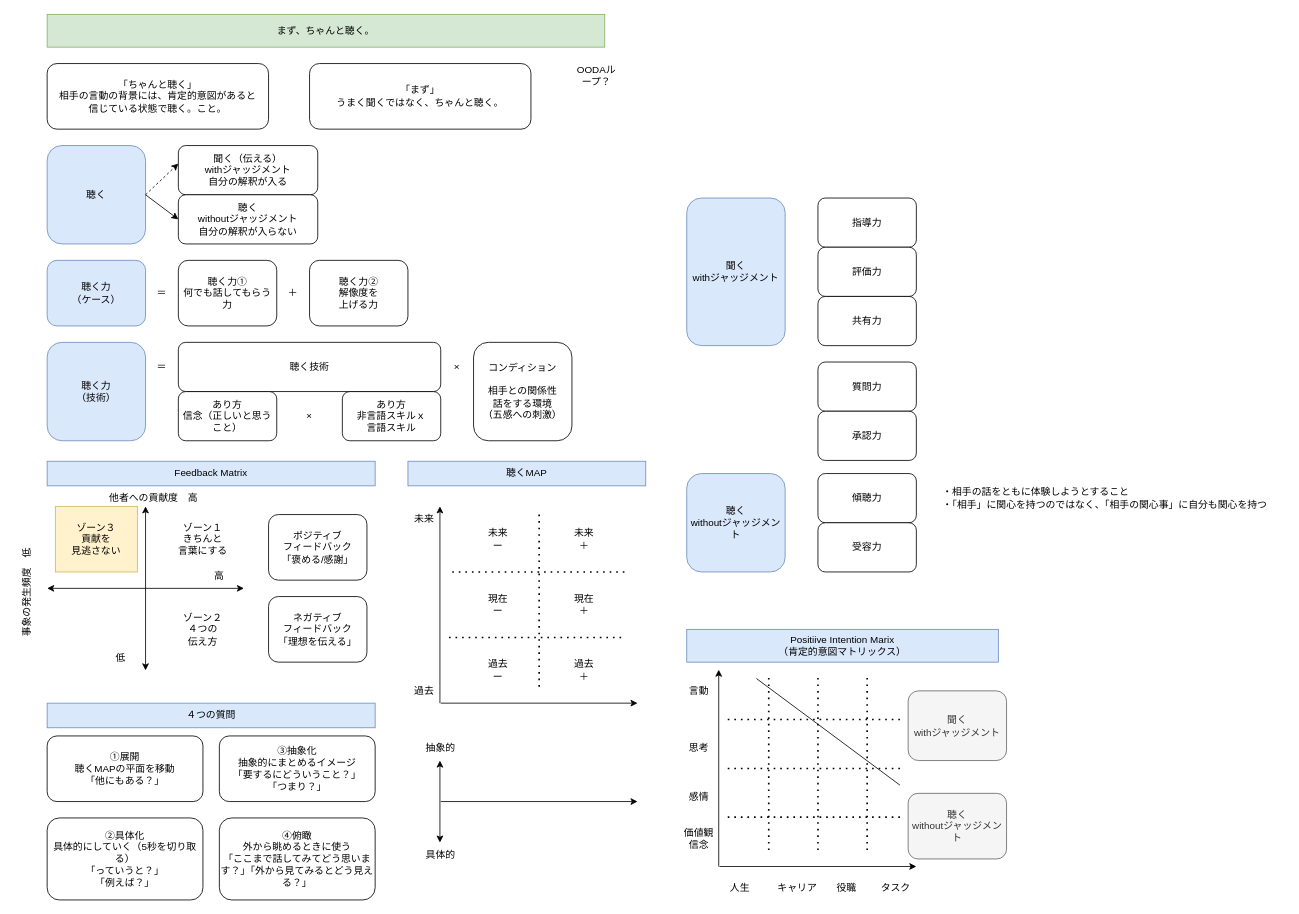
The draw.io diagram まず、ちゃんと聴く.drawio in YossyIto/booklog_drowio, before the edit. Source tidied: cells renumbered, new cells numbered last; positions are measured from the earlier drawing's top-left corner, leaving out a move shared by most shapes. Both pictures are drawn from the tidied source at 82%, with x=0, y=0 at pixel (14, 14).
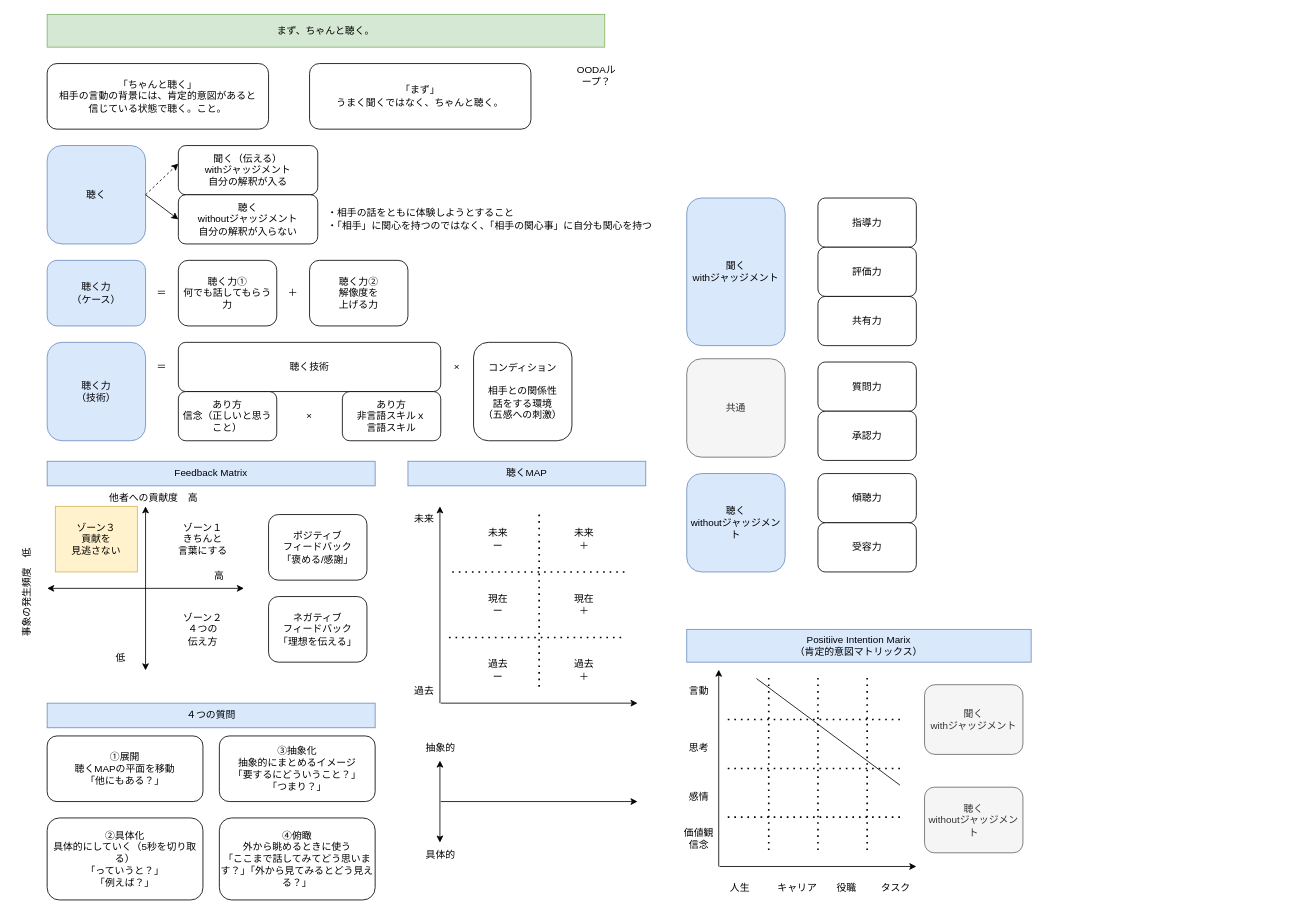
Above is the later version.

Commit message (it also covers changes not shown here):
まず、ちゃんと聴く.drawio を更新します

The edit, as a diff of the source:
```diff
@@
     <mxCell id="45" value="・相手の話をともに体験しようとすること&lt;div&gt;・「相手」に関心を持つのではなく、「相手の関心事」に自分も関心を持つ&lt;/div&gt;" style="text;html=1;align=left;verticalAlign=middle;whiteSpace=wrap;rounded=0;" parent="1" vertex="1">
-      <mxGeometry x="1130" y="560" width="420" height="60" as="geometry" />
+      <mxGeometry x="380" y="220" width="420" height="60" as="geometry" />
     </mxCell>
@@
     <mxCell id="69" value="Positiive Intention Marix&lt;div&gt;（肯定的意図マトリックス）&lt;/div&gt;" style="text;html=1;align=center;verticalAlign=middle;whiteSpace=wrap;rounded=0;fillColor=#dae8fc;strokeColor=#6c8ebf;" parent="1" vertex="1">
-      <mxGeometry x="820" y="750" width="380" height="40" as="geometry" />
+      <mxGeometry x="820" y="750" width="420" height="40" as="geometry" />
     </mxCell>
@@
     <mxCell id="87" value="聞く&lt;div&gt;withジャッジメント&lt;/div&gt;" style="rounded=1;whiteSpace=wrap;html=1;fillColor=#f5f5f5;strokeColor=#666666;fontColor=#333333;" parent="1" vertex="1">
-      <mxGeometry x="1090" y="825" width="120" height="85" as="geometry" />
+      <mxGeometry x="1110" y="817.5" width="120" height="85" as="geometry" />
     </mxCell>
     <mxCell id="88" value="聴く&lt;div&gt;withoutジャッジメント&lt;/div&gt;" style="rounded=1;whiteSpace=wrap;html=1;fillColor=#f5f5f5;strokeColor=#666666;fontColor=#333333;" parent="1" vertex="1">
-      <mxGeometry x="1090" y="950" width="120" height="80" as="geometry" />
+      <mxGeometry x="1110" y="942.5" width="120" height="80" as="geometry" />
     </mxCell>
+    <mxCell id="89" value="共通" style="rounded=1;whiteSpace=wrap;html=1;fillColor=#f5f5f5;strokeColor=#666666;fontColor=#333333;" parent="1" vertex="1">
+      <mxGeometry x="820" y="420" width="120" height="120" as="geometry" />
+    </mxCell>
```
